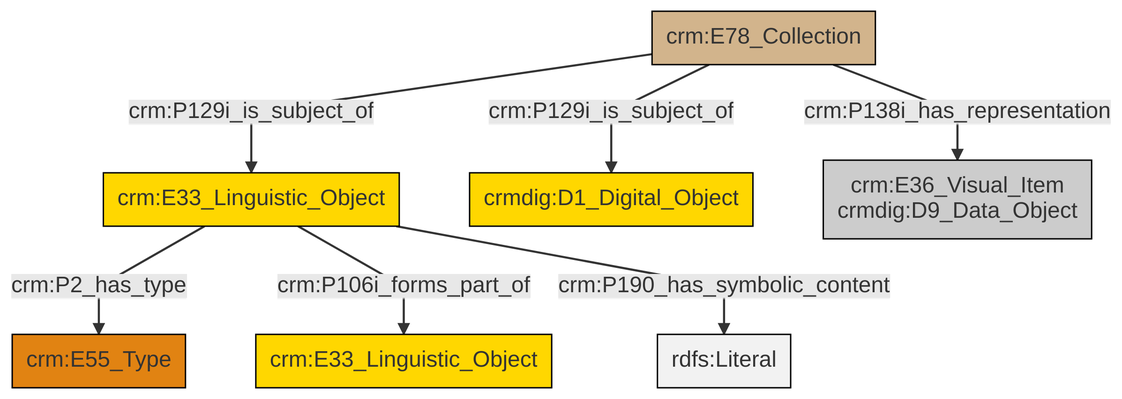
This is et/archivalCSV/ttl/mmd/png/archival_docs.png from swiss-art-research-net/docs.swissartresearch, a Mermaid export, as it was before one commit. Its source is kept beside it as et/archivalCSV/ttl/mmd/archival_docs.ttl.mmd.
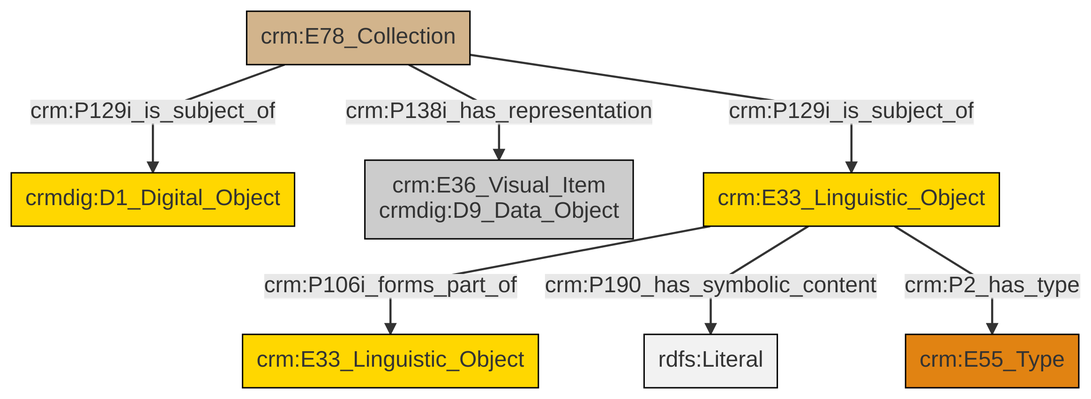
After the change.

The edit, as a diff of the source:
```diff
@@ -13,9 +13,9 @@
 classDef PC_Classes fill:#4ce600, stroke:#000000;
 classDef Multi fill:#cccccc,stroke:#000000;
 
-2["crm:E33_Linguistic_Object"]:::Conceptual_Object -->|crm:P2_has_type| 3["crm:E55_Type"]:::Type
-2["crm:E33_Linguistic_Object"]:::Conceptual_Object -->|crm:P106i_forms_part_of| 4["crm:E33_Linguistic_Object"]:::Conceptual_Object
-0["crm:E78_Collection"]:::Physical_Thing -->|crm:P129i_is_subject_of| 2["crm:E33_Linguistic_Object"]:::Conceptual_Object
-2["crm:E33_Linguistic_Object"]:::Conceptual_Object -->|crm:P190_has_symbolic_content| 10[rdfs:Literal]:::Literal
-0["crm:E78_Collection"]:::Physical_Thing -->|crm:P138i_has_representation| 11["crm:E36_Visual_Item<br>crmdig:D9_Data_Object"]:::Multi
-0["crm:E78_Collection"]:::Physical_Thing -->|crm:P129i_is_subject_of| 7["crmdig:D1_Digital_Object"]:::Conceptual_Object
+0["crm:E78_Collection"]:::Physical_Thing -->|crm:P129i_is_subject_of| 2["crmdig:D1_Digital_Object"]:::Conceptual_Object
+0["crm:E78_Collection"]:::Physical_Thing -->|crm:P129i_is_subject_of| 7["crm:E33_Linguistic_Object"]:::Conceptual_Object
+0["crm:E78_Collection"]:::Physical_Thing -->|crm:P138i_has_representation| 5["crm:E36_Visual_Item<br>crmdig:D9_Data_Object"]:::Multi
+7["crm:E33_Linguistic_Object"]:::Conceptual_Object -->|crm:P106i_forms_part_of| 10["crm:E33_Linguistic_Object"]:::Conceptual_Object
+7["crm:E33_Linguistic_Object"]:::Conceptual_Object -->|crm:P190_has_symbolic_content| 13[rdfs:Literal]:::Literal
+7["crm:E33_Linguistic_Object"]:::Conceptual_Object -->|crm:P2_has_type| 3["crm:E55_Type"]:::Type
```
